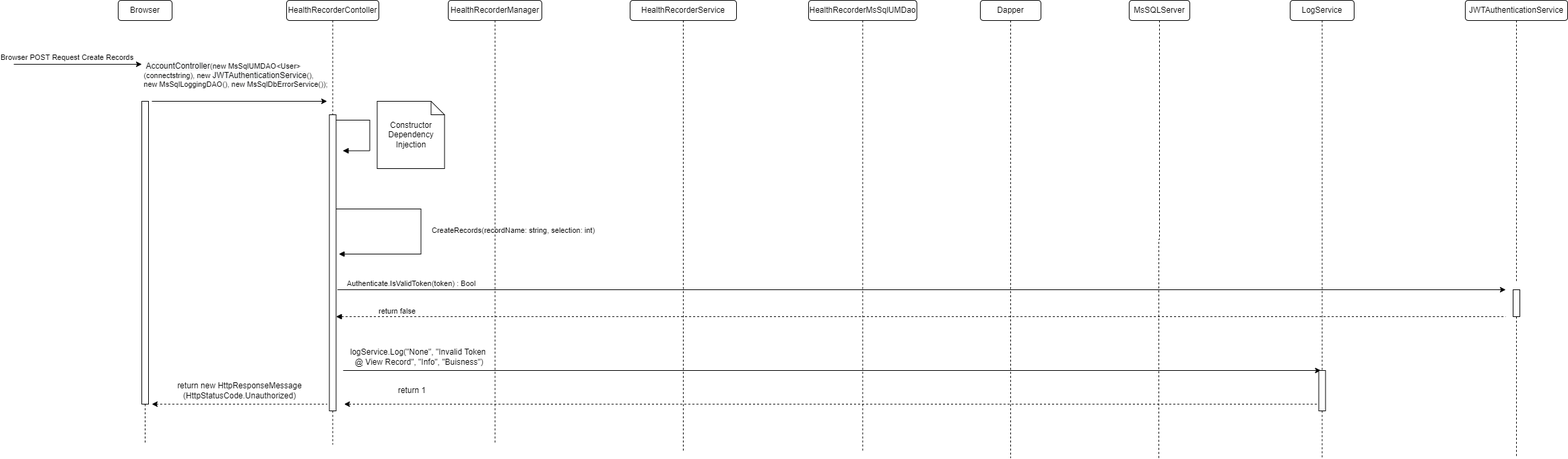
Earlier version of the draw.io export Documents/Features/Feature - Health Recorder/ViewRecords/ViewRecord-Invalid Session.drawio.png (Annihilator3180/CECS-491A-Senior-Project). Source tidied: cells renumbered, new cells last; positions are measured from the earlier drawing's top-left corner, leaving out a move shared by most shapes.
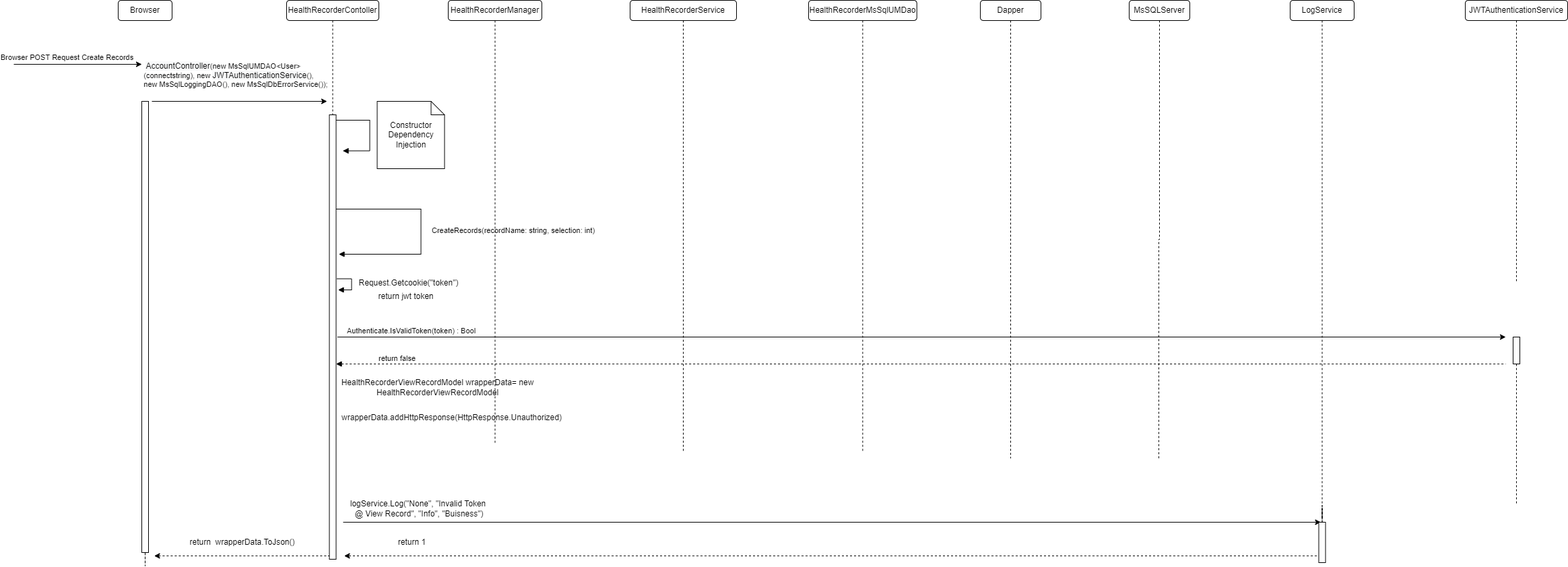
After the commit.

Commit message:
view record ll modifications

The edit, as a diff of the source:
```diff
@@ -86,8 +86,8 @@
     </mxCell>
     <mxCell id="20" style="endArrow=classic;html=1;rounded=0;edgeStyle=orthogonalEdgeStyle;" parent="1" edge="1">
       <mxGeometry relative="1" as="geometry">
-        <mxPoint x="480.5" y="430" as="sourcePoint" />
-        <mxPoint x="2215" y="430" as="targetPoint" />
+        <mxPoint x="480.5" y="500" as="sourcePoint" />
+        <mxPoint x="2215" y="500" as="targetPoint" />
       </mxGeometry>
     </mxCell>
     <mxCell id="21" value="Authenticate.IsValidToken(token) : Bool" style="edgeLabel;html=1;align=center;verticalAlign=middle;" parent="20" vertex="1">
@@ -97,10 +97,10 @@
     </mxCell>
     <mxCell id="22" style="endArrow=none;endFill=0;html=1;edgeStyle=orthogonalEdgeStyle;align=left;verticalAlign=top;rounded=0;startArrow=block;startFill=1;dashed=1;" parent="1" edge="1">
       <mxGeometry x="-1" relative="1" as="geometry">
-        <mxPoint x="478.5" y="470" as="sourcePoint" />
-        <mxPoint x="2215" y="470" as="targetPoint" />
+        <mxPoint x="478.5" y="540" as="sourcePoint" />
+        <mxPoint x="2215" y="540" as="targetPoint" />
         <Array as="points">
-          <mxPoint x="1801" y="470" />
+          <mxPoint x="1801" y="540" />
         </Array>
       </mxGeometry>
     </mxCell>
@@ -111,19 +111,20 @@
     </mxCell>
     <mxCell id="24" style="edgeStyle=orthogonalEdgeStyle;rounded=0;jettySize=auto;html=1;dashed=1;startArrow=none;startFill=0;endArrow=none;endFill=0;" parent="1" edge="1" source="25">
       <mxGeometry relative="1" as="geometry">
-        <mxPoint x="2231" y="680" as="targetPoint" />
+        <mxPoint x="2231" y="750" as="targetPoint" />
       </mxGeometry>
     </mxCell>
     <mxCell id="25" style="html=1;points=[];perimeter=orthogonalPerimeter;" parent="1" vertex="1">
-      <mxGeometry x="2226" y="430" width="10" height="40" as="geometry" />
+      <mxGeometry x="2226" y="500" width="10" height="40" as="geometry" />
     </mxCell>
-    <mxCell id="26" style="edgeStyle=orthogonalEdgeStyle;rounded=0;jettySize=auto;html=1;dashed=1;startArrow=none;startFill=0;endArrow=none;endFill=0;" parent="1" edge="1" source="27">
+    <mxCell id="26" style="edgeStyle=orthogonalEdgeStyle;rounded=0;orthogonalLoop=1;jettySize=auto;html=1;dashed=1;startArrow=none;startFill=0;endArrow=none;endFill=0;" parent="1" edge="1">
       <mxGeometry relative="1" as="geometry">
-        <mxPoint x="473.5" y="660" as="targetPoint" />
+        <mxPoint x="473.5" y="830" as="sourcePoint" />
+        <mxPoint x="473.5" y="730" as="targetPoint" />
       </mxGeometry>
     </mxCell>
     <mxCell id="27" style="html=1;points=[];perimeter=orthogonalPerimeter;" parent="1" vertex="1">
-      <mxGeometry x="468.5" y="170" width="10" height="440" as="geometry" />
+      <mxGeometry x="468.5" y="170" width="10" height="660" as="geometry" />
     </mxCell>
     <mxCell id="28" style="edgeStyle=orthogonalEdgeStyle;rounded=0;jettySize=auto;html=1;dashed=1;endArrow=none;endFill=0;" parent="1" edge="1" source="2" target="27">
       <mxGeometry relative="1" as="geometry" />
@@ -154,49 +155,72 @@
       </mxGeometry>
     </mxCell>
     <mxCell id="34" style="html=1;points=[];perimeter=orthogonalPerimeter;" parent="1" vertex="1">
-      <mxGeometry x="190" y="150" width="10" height="450" as="geometry" />
+      <mxGeometry x="190" y="150" width="10" height="670" as="geometry" />
     </mxCell>
     <mxCell id="35" value="logService.Log(&quot;None&quot;, &quot;Invalid Token&lt;br&gt;&amp;nbsp;@ View Record&quot;, &quot;Info&quot;, &quot;Buisness&quot;)" style="text;html=1;align=center;verticalAlign=middle;strokeColor=none;fillColor=none;" parent="1" vertex="1">
-      <mxGeometry x="490" y="515" width="220" height="30" as="geometry" />
+      <mxGeometry x="490" y="740" width="220" height="30" as="geometry" />
     </mxCell>
     <mxCell id="36" style="endArrow=classic;html=1;rounded=0;edgeStyle=orthogonalEdgeStyle;" parent="1" edge="1">
       <mxGeometry relative="1" as="geometry">
-        <mxPoint x="489" y="550" as="sourcePoint" />
-        <mxPoint x="1940.5" y="550" as="targetPoint" />
+        <mxPoint x="489" y="775" as="sourcePoint" />
+        <mxPoint x="1940.5" y="775" as="targetPoint" />
       </mxGeometry>
     </mxCell>
     <mxCell id="37" style="edgeStyle=orthogonalEdgeStyle;rounded=0;orthogonalLoop=1;jettySize=auto;html=1;dashed=1;endArrow=classic;endFill=1;" parent="1" edge="1">
       <mxGeometry relative="1" as="geometry">
-        <mxPoint x="1946.5" y="600" as="sourcePoint" />
-        <mxPoint x="490.5" y="600" as="targetPoint" />
+        <mxPoint x="1946.5" y="825" as="sourcePoint" />
+        <mxPoint x="490.5" y="825" as="targetPoint" />
         <Array as="points">
-          <mxPoint x="1860.5" y="600" />
-          <mxPoint x="1860.5" y="600" />
+          <mxPoint x="1860.5" y="825" />
+          <mxPoint x="1860.5" y="825" />
         </Array>
       </mxGeometry>
     </mxCell>
     <mxCell id="38" value="return 1" style="text;html=1;align=center;verticalAlign=middle;strokeColor=none;fillColor=none;" parent="1" vertex="1">
-      <mxGeometry x="560.5" y="570" width="60" height="20" as="geometry" />
+      <mxGeometry x="560.5" y="795" width="60" height="20" as="geometry" />
     </mxCell>
     <mxCell id="39" style="endArrow=none;html=1;rounded=0;endFill=0;dashed=1;startArrow=classic;startFill=1;" parent="1" edge="1">
       <mxGeometry relative="1" as="geometry">
-        <mxPoint x="205" y="600" as="sourcePoint" />
-        <mxPoint x="465" y="600" as="targetPoint" />
+        <mxPoint x="208.5" y="825" as="sourcePoint" />
+        <mxPoint x="468.5" y="825" as="targetPoint" />
       </mxGeometry>
     </mxCell>
-    <mxCell id="40" value="return new HttpResponseMessage&lt;br&gt;(HttpStatusCode.Unauthorized)" style="text;html=1;align=center;verticalAlign=middle;strokeColor=none;fillColor=none;" parent="1" vertex="1">
-      <mxGeometry x="235" y="565" width="200" height="30" as="geometry" />
+    <mxCell id="40" value="return&amp;nbsp; wrapperData.ToJson()" style="text;html=1;align=center;verticalAlign=middle;strokeColor=none;fillColor=none;" parent="1" vertex="1">
+      <mxGeometry x="253.5" y="795" width="170" height="20" as="geometry" />
     </mxCell>
     <mxCell id="41" style="edgeStyle=orthogonalEdgeStyle;rounded=0;jettySize=auto;html=1;dashed=1;startArrow=none;startFill=0;endArrow=none;endFill=0;" parent="1" edge="1" source="42">
       <mxGeometry relative="1" as="geometry">
-        <mxPoint x="1942.5" y="680" as="targetPoint" />
+        <mxPoint x="1942.5" y="750" as="targetPoint" />
       </mxGeometry>
     </mxCell>
     <mxCell id="42" style="html=1;points=[];perimeter=orthogonalPerimeter;" parent="1" vertex="1">
-      <mxGeometry x="1937.5" y="550" width="10" height="60" as="geometry" />
+      <mxGeometry x="1937.5" y="775" width="10" height="60" as="geometry" />
     </mxCell>
     <mxCell id="43" style="edgeStyle=orthogonalEdgeStyle;rounded=0;jettySize=auto;html=1;dashed=1;endArrow=none;endFill=0;" parent="1" edge="1" source="8" target="42">
       <mxGeometry relative="1" as="geometry" />
     </mxCell>
+    <mxCell id="44" value="HealthRecorderViewRecordModel wrapperData= new&lt;br&gt;HealthRecorderViewRecordModel" style="text;html=1;align=center;verticalAlign=middle;strokeColor=none;fillColor=none;" parent="1" vertex="1">
+      <mxGeometry x="478.5" y="560" width="300" height="30" as="geometry" />
+    </mxCell>
+    <mxCell id="45" value="wrapperData.addHttpResponse(HttpResponse.Unauthorized)" style="text;html=1;align=center;verticalAlign=middle;strokeColor=none;fillColor=none;" parent="1" vertex="1">
+      <mxGeometry x="480" y="610" width="340" height="20" as="geometry" />
+    </mxCell>
+    <mxCell id="46" style="endArrow=block;endFill=1;html=1;edgeStyle=orthogonalEdgeStyle;align=left;verticalAlign=top;rounded=0;" parent="1" edge="1">
+      <mxGeometry x="-1" relative="1" as="geometry">
+        <mxPoint x="480" y="413.5" as="sourcePoint" />
+        <mxPoint x="481.5" y="430" as="targetPoint" />
+        <Array as="points">
+          <mxPoint x="501.5" y="414" />
+          <mxPoint x="501.5" y="430" />
+          <mxPoint x="481.5" y="430" />
+        </Array>
+      </mxGeometry>
+    </mxCell>
+    <mxCell id="47" value="Request.Getcookie(&quot;token&quot;)" style="text;html=1;align=center;verticalAlign=middle;strokeColor=none;fillColor=none;" parent="1" vertex="1">
+      <mxGeometry x="505.5" y="410" width="160" height="20" as="geometry" />
+    </mxCell>
+    <mxCell id="48" value="return jwt token" style="text;html=1;align=center;verticalAlign=middle;strokeColor=none;fillColor=none;" parent="1" vertex="1">
+      <mxGeometry x="531.5" y="430" width="100" height="20" as="geometry" />
+    </mxCell>
   </root>
 </mxGraphModel>
```
